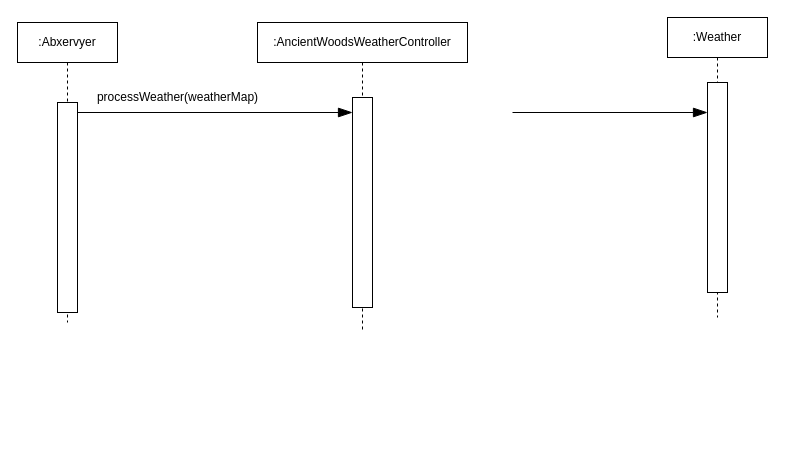
vkar143/Game keeps this draw.io diagram as docs/design/A2/req5_sequence_diagram.drawio. Above is the earlier version. Source tidied: cells renumbered, new cells numbered last; positions are measured from the earlier drawing's top-left corner, leaving out a move shared by most shapes. Both pictures are drawn from the tidied source at 100%, with x=0, y=0 at pixel (17, 17).
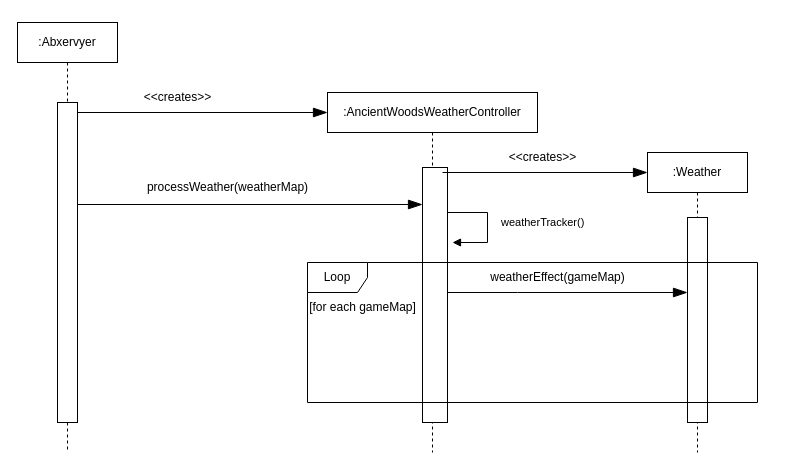
The same diagram, later.

Commit message (it also covers changes not shown here):
req5: sequence diagram added.

What changed in the source:
```diff
@@
     <mxCell id="2" value=":Abxervyer" style="shape=umlLifeline;perimeter=lifelinePerimeter;whiteSpace=wrap;html=1;newEdgeStyle={&quot;curved&quot;:0,&quot;rounded&quot;:0};" parent="1" vertex="1">
-      <mxGeometry y="5" width="100" height="300" as="geometry" />
+      <mxGeometry y="5" width="100" height="430" as="geometry" />
     </mxCell>
     <mxCell id="3" style="html=1;perimeter=orthogonalPerimeter;targetShapes=umlLifeline;newEdgeStyle={&quot;curved&quot;:0,&quot;rounded&quot;:0};" parent="2" vertex="1">
-      <mxGeometry x="40" y="80" width="20" height="210" as="geometry" />
+      <mxGeometry x="40" y="80" width="20" height="320" as="geometry" />
     </mxCell>
     <mxCell id="4" value=":AncientWoodsWeatherController" style="shape=umlLifeline;perimeter=lifelinePerimeter;whiteSpace=wrap;html=1;newEdgeStyle={&quot;curved&quot;:0,&quot;rounded&quot;:0};" parent="1" vertex="1">
-      <mxGeometry x="240" y="5" width="210" height="310" as="geometry" />
+      <mxGeometry x="310" y="75" width="210" height="360" as="geometry" />
     </mxCell>
     <mxCell id="5" style="html=1;points=[[0,0,0,0,5],[0,1,0,0,-5],[1,0,0,0,5],[1,1,0,0,-5]];perimeter=orthogonalPerimeter;outlineConnect=0;targetShapes=umlLifeline;portConstraint=eastwest;newEdgeStyle={&quot;curved&quot;:0,&quot;rounded&quot;:0};" parent="4" vertex="1">
-      <mxGeometry x="95" y="75" width="20" height="210" as="geometry" />
+      <mxGeometry x="95" y="75" width="25" height="255" as="geometry" />
     </mxCell>
-    <mxCell id="6" style="endArrow=blockThin;endFill=1;endSize=12;html=1;rounded=0;" parent="1" edge="1" target="5">
+    <mxCell id="6" style="endArrow=blockThin;endFill=1;endSize=12;html=1;rounded=0;" parent="1" edge="1">
       <mxGeometry relative="1" as="geometry">
         <mxPoint x="60" y="95" as="sourcePoint" />
+        <mxPoint x="310" y="95" as="targetPoint" />
       </mxGeometry>
     </mxCell>
     <mxCell id="7" value=":Weather" style="shape=umlLifeline;perimeter=lifelinePerimeter;whiteSpace=wrap;html=1;newEdgeStyle={&quot;curved&quot;:0,&quot;rounded&quot;:0};" parent="1" vertex="1">
-      <mxGeometry x="650" width="100" height="300" as="geometry" />
+      <mxGeometry x="630" y="135" width="100" height="300" as="geometry" />
     </mxCell>
     <mxCell id="8" style="html=1;points=[[0,0,0,0,5],[0,1,0,0,-5],[1,0,0,0,5],[1,1,0,0,-5]];perimeter=orthogonalPerimeter;outlineConnect=0;targetShapes=umlLifeline;portConstraint=eastwest;newEdgeStyle={&quot;curved&quot;:0,&quot;rounded&quot;:0};" parent="7" vertex="1">
-      <mxGeometry x="40" y="65" width="20" height="210" as="geometry" />
+      <mxGeometry x="40" y="65" width="20" height="205" as="geometry" />
     </mxCell>
-    <mxCell id="9" value="processWeather(weatherMap)" style="text;html=1;align=center;verticalAlign=middle;strokeColor=none;fillColor=none;" parent="1" vertex="1">
-      <mxGeometry x="70" y="65" width="180" height="30" as="geometry" />
+    <mxCell id="9" value="&amp;lt;&amp;lt;creates&amp;gt;&amp;gt;" style="text;html=1;align=center;verticalAlign=middle;strokeColor=none;fillColor=none;" parent="1" vertex="1">
+      <mxGeometry x="115" y="65" width="90" height="30" as="geometry" />
     </mxCell>
-    <mxCell id="10" style="endArrow=blockThin;endFill=1;endSize=12;html=1;rounded=0;" parent="1" edge="1">
+    <mxCell id="10" style="endArrow=blockThin;endFill=1;endSize=12;html=1;rounded=0;" parent="1" edge="1" source="5" target="8">
       <mxGeometry relative="1" as="geometry">
-        <mxPoint x="495" y="95" as="sourcePoint" />
-        <mxPoint x="690" y="95" as="targetPoint" />
+        <Array as="points">
+          <mxPoint x="500" y="275" />
+        </Array>
       </mxGeometry>
     </mxCell>
+    <mxCell id="11" value="weatherEffect(gameMap)" style="text;html=1;align=center;verticalAlign=middle;strokeColor=none;fillColor=none;" parent="1" vertex="1">
+      <mxGeometry x="460" y="245" width="160" height="30" as="geometry" />
+    </mxCell>
+    <mxCell id="12" value="Loop" style="shape=umlFrame;whiteSpace=wrap;html=1;" parent="1" vertex="1">
+      <mxGeometry x="290" y="245" width="450" height="140" as="geometry" />
+    </mxCell>
+    <mxCell id="13" value="weatherTracker()" style="html=1;align=left;spacingLeft=2;endArrow=block;rounded=0;edgeStyle=orthogonalEdgeStyle;curved=0;rounded=0;" parent="1" edge="1">
+      <mxGeometry x="-0.05" y="10" relative="1" as="geometry">
+        <mxPoint x="430" y="195" as="sourcePoint" />
+        <mxPoint x="435" y="225" as="targetPoint" />
+        <Array as="points">
+          <mxPoint x="470" y="195" />
+          <mxPoint x="470" y="225" />
+        </Array>
+      </mxGeometry>
+    </mxCell>
+    <mxCell id="14" style="endArrow=blockThin;endFill=1;endSize=12;html=1;rounded=0;" parent="1" edge="1">
+      <mxGeometry relative="1" as="geometry">
+        <mxPoint x="60" y="187" as="sourcePoint" />
+        <mxPoint x="405" y="187" as="targetPoint" />
+      </mxGeometry>
+    </mxCell>
+    <mxCell id="15" value="processWeather(weatherMap)" style="text;html=1;align=center;verticalAlign=middle;strokeColor=none;fillColor=none;" parent="1" vertex="1">
+      <mxGeometry x="120" y="155" width="180" height="30" as="geometry" />
+    </mxCell>
+    <mxCell id="16" value="[for each gameMap]" style="text;html=1;align=center;verticalAlign=middle;strokeColor=none;fillColor=none;" parent="1" vertex="1">
+      <mxGeometry x="280" y="275" width="130" height="30" as="geometry" />
+    </mxCell>
+    <mxCell id="17" style="endArrow=blockThin;endFill=1;endSize=12;html=1;rounded=0;" parent="1" edge="1">
+      <mxGeometry relative="1" as="geometry">
+        <mxPoint x="425" y="155" as="sourcePoint" />
+        <mxPoint x="630" y="155" as="targetPoint" />
+      </mxGeometry>
+    </mxCell>
+    <mxCell id="18" value="&amp;lt;&amp;lt;creates&amp;gt;&amp;gt;" style="text;html=1;align=center;verticalAlign=middle;strokeColor=none;fillColor=none;" parent="1" vertex="1">
+      <mxGeometry x="480" y="125" width="90" height="30" as="geometry" />
+    </mxCell>
```
